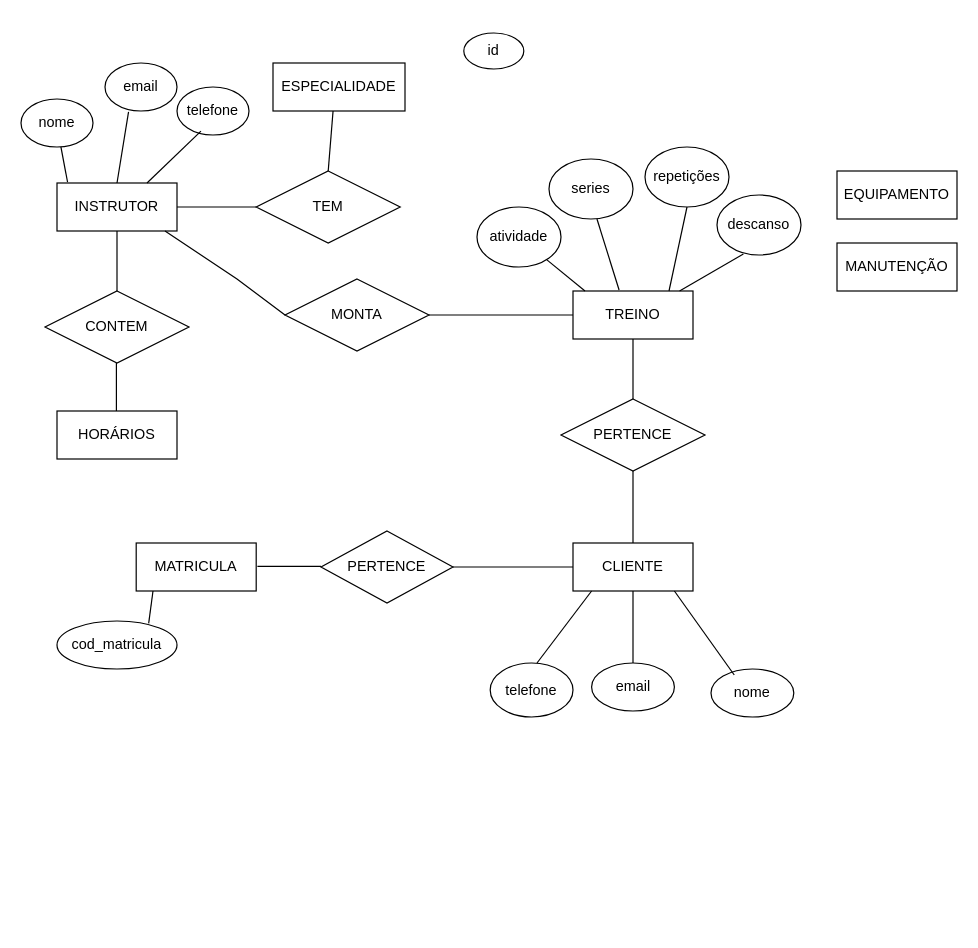
This is exercicio.drawio from manuely32/curso_turma12, a draw.io file, before an edit. Source tidied: cells renumbered, new cells numbered last; positions are measured from the earlier drawing's top-left corner, leaving out a move shared by most shapes. Both pictures are drawn from the tidied source at 120%, with x=0, y=0 at pixel (20, 32).
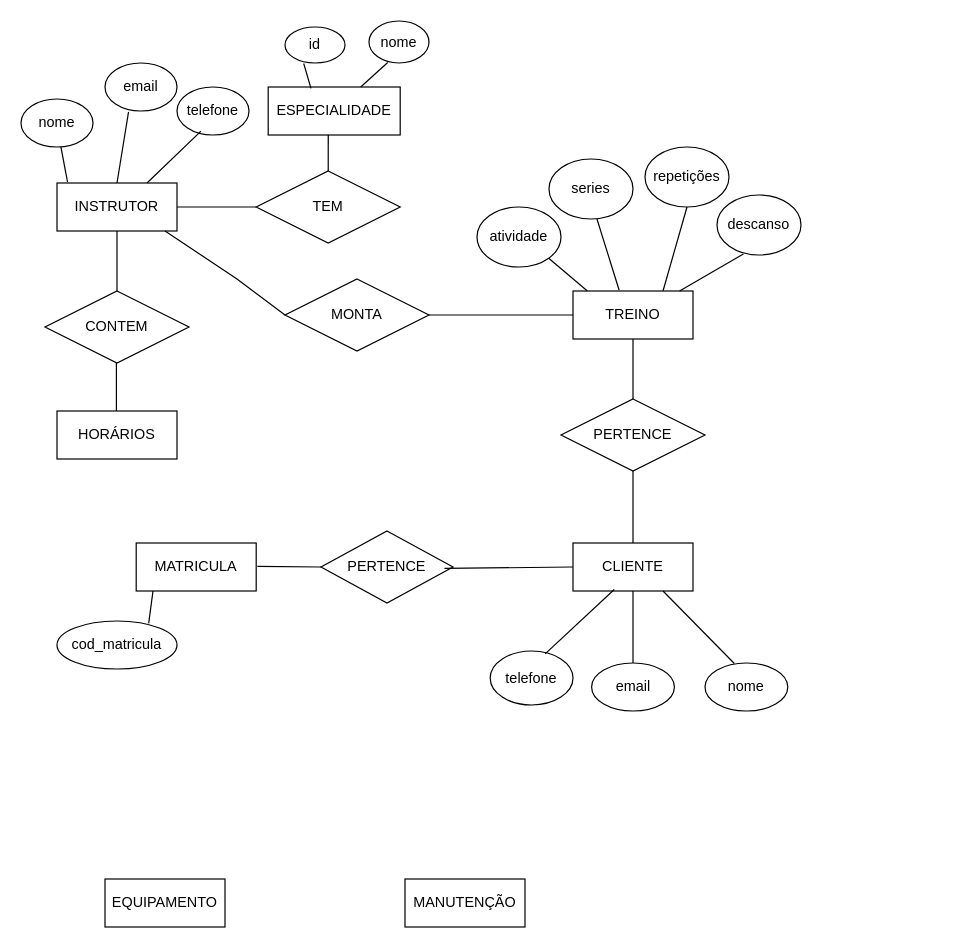
Above is the later version.

The change refers to these unchanged cells:
```xml
<mxCell id="4" value="TREINO" style="whiteSpace=wrap;html=1;align=center;" parent="1" vertex="1">
  <mxGeometry x="460" y="215" width="100" height="40" as="geometry" />
</mxCell>
<mxCell id="7" value="CLIENTE" style="whiteSpace=wrap;html=1;align=center;" parent="1" vertex="1">
  <mxGeometry x="460" y="425" width="100" height="40" as="geometry" />
</mxCell>
<mxCell id="19" value="atividade" style="ellipse;whiteSpace=wrap;html=1;align=center;" parent="1" vertex="1">
  <mxGeometry x="380" y="145" width="70" height="50" as="geometry" />
</mxCell>
<mxCell id="31" value="PERTENCE" style="shape=rhombus;perimeter=rhombusPerimeter;whiteSpace=wrap;html=1;align=center;" parent="1" vertex="1">
  <mxGeometry x="250" y="415" width="110" height="60" as="geometry" />
</mxCell>
<mxCell id="35" value="repetições" style="ellipse;whiteSpace=wrap;html=1;align=center;" parent="1" vertex="1">
  <mxGeometry x="520" y="95" width="70" height="50" as="geometry" />
</mxCell>
<mxCell id="42" value="email" style="ellipse;whiteSpace=wrap;html=1;align=center;" parent="1" vertex="1">
  <mxGeometry x="475.5" y="525" width="69" height="40" as="geometry" />
</mxCell>
```

The edit, as a diff of the source:
```diff
@@
     <mxCell id="5" value="EQUIPAMENTO" style="whiteSpace=wrap;html=1;align=center;" parent="1" vertex="1">
-      <mxGeometry x="680" y="115" width="100" height="40" as="geometry" />
+      <mxGeometry x="70" y="705" width="100" height="40" as="geometry" />
     </mxCell>
     <mxCell id="6" value="MANUTENÇÃO" style="whiteSpace=wrap;html=1;align=center;" parent="1" vertex="1">
-      <mxGeometry x="680" y="175" width="100" height="40" as="geometry" />
+      <mxGeometry x="320" y="705" width="100" height="40" as="geometry" />
     </mxCell>
@@
     <mxCell id="15" value="ESPECIALIDADE" style="whiteSpace=wrap;html=1;align=center;" parent="1" vertex="1">
-      <mxGeometry x="210" y="25" width="110" height="40" as="geometry" />
+      <mxGeometry x="206" y="45" width="110" height="40" as="geometry" />
     </mxCell>
@@
     <mxCell id="20" value="id" style="ellipse;whiteSpace=wrap;html=1;align=center;" parent="1" vertex="1">
-      <mxGeometry x="369" width="50" height="30" as="geometry" />
+      <mxGeometry x="220" y="-5" width="50" height="30" as="geometry" />
     </mxCell>
@@
-    <mxCell id="32" style="endArrow=none;html=1;rounded=0;exitX=0;exitY=0.5;exitDx=0;exitDy=0;" parent="1" edge="1" source="7" target="31">
+    <mxCell id="32" style="endArrow=none;html=1;rounded=0;exitX=0;exitY=0.5;exitDx=0;exitDy=0;entryX=0.935;entryY=0.52;entryDx=0;entryDy=0;entryPerimeter=0;" parent="1" edge="1" source="7" target="31">
       <mxGeometry relative="1" as="geometry" />
     </mxCell>
     <mxCell id="33" style="endArrow=none;html=1;rounded=0;" parent="1" edge="1">
       <mxGeometry relative="1" as="geometry">
-        <mxPoint x="250" y="444.5" as="sourcePoint" />
+        <mxPoint x="250" y="445" as="sourcePoint" />
         <mxPoint x="197" y="444.5" as="targetPoint" />
       </mxGeometry>
     </mxCell>
@@
-    <mxCell id="37" style="endArrow=none;html=1;rounded=0;entryX=0.5;entryY=0;entryDx=0;entryDy=0;exitX=0.5;exitY=1;exitDx=0;exitDy=0;" parent="1" edge="1" source="35">
-      <mxGeometry relative="1" as="geometry">
-        <mxPoint x="540" y="215" as="targetPoint" />
-      </mxGeometry>
+    <mxCell id="37" style="endArrow=none;html=1;rounded=0;exitX=0.5;exitY=1;exitDx=0;exitDy=0;entryX=0.75;entryY=0;entryDx=0;entryDy=0;" parent="1" edge="1" source="35" target="4">
+      <mxGeometry relative="1" as="geometry" />
     </mxCell>
@@
-    <mxCell id="40" style="endArrow=none;html=1;rounded=0;" parent="1" edge="1" source="19">
-      <mxGeometry relative="1" as="geometry">
-        <mxPoint x="470" y="215" as="targetPoint" />
-      </mxGeometry>
+    <mxCell id="40" style="endArrow=none;html=1;rounded=0;exitX=1;exitY=1;exitDx=0;exitDy=0;entryX=0.12;entryY=0;entryDx=0;entryDy=0;entryPerimeter=0;" parent="1" edge="1" source="19" target="4">
+      <mxGeometry relative="1" as="geometry" />
     </mxCell>
     <mxCell id="41" value="nome" style="ellipse;whiteSpace=wrap;html=1;align=center;" parent="1" vertex="1">
-      <mxGeometry x="575" y="530" width="69" height="40" as="geometry" />
+      <mxGeometry x="570" y="525" width="69" height="40" as="geometry" />
     </mxCell>
@@
     <mxCell id="43" value="telefone" style="ellipse;whiteSpace=wrap;html=1;align=center;" parent="1" vertex="1">
-      <mxGeometry x="391" y="525" width="69" height="45" as="geometry" />
+      <mxGeometry x="391" y="515" width="69" height="45" as="geometry" />
     </mxCell>
-    <mxCell id="44" style="endArrow=none;html=1;rounded=0;entryX=1;entryY=0.5;entryDx=0;entryDy=0;" parent="1" edge="1">
-      <mxGeometry relative="1" as="geometry">
-        <mxPoint x="510" y="525" as="sourcePoint" />
-        <mxPoint x="510" y="465" as="targetPoint" />
-      </mxGeometry>
-    </mxCell>
-    <mxCell id="45" style="endArrow=none;html=1;rounded=0;entryX=1;entryY=0.5;entryDx=0;entryDy=0;exitX=0.281;exitY=0.125;exitDx=0;exitDy=0;exitPerimeter=0;" parent="1" edge="1" source="41">
-      <mxGeometry relative="1" as="geometry">
-        <mxPoint x="544.5" y="465" as="targetPoint" />
-      </mxGeometry>
+    <mxCell id="45" style="endArrow=none;html=1;rounded=0;exitX=0.354;exitY=0.01;exitDx=0;exitDy=0;exitPerimeter=0;entryX=0.75;entryY=1;entryDx=0;entryDy=0;" parent="1" edge="1" source="41" target="7">
+      <mxGeometry relative="1" as="geometry" />
     </mxCell>
-    <mxCell id="46" style="endArrow=none;html=1;rounded=0;entryX=1;entryY=0.5;entryDx=0;entryDy=0;" parent="1" edge="1">
-      <mxGeometry relative="1" as="geometry">
-        <mxPoint x="430" y="525" as="sourcePoint" />
-        <mxPoint x="475.5" y="465" as="targetPoint" />
-      </mxGeometry>
+    <mxCell id="46" style="endArrow=none;html=1;rounded=0;exitX=0.664;exitY=0.053;exitDx=0;exitDy=0;exitPerimeter=0;entryX=0.344;entryY=0.97;entryDx=0;entryDy=0;entryPerimeter=0;" parent="1" edge="1" source="43" target="7">
+      <mxGeometry relative="1" as="geometry" />
     </mxCell>
@@
+    <mxCell id="48" style="endArrow=none;html=1;rounded=0;exitX=0.312;exitY=1.013;exitDx=0;exitDy=0;entryX=0.324;entryY=0.03;entryDx=0;entryDy=0;entryPerimeter=0;exitPerimeter=0;" parent="1" edge="1" source="20" target="15">
+      <mxGeometry relative="1" as="geometry" />
+    </mxCell>
+    <mxCell id="49" value="nome" style="ellipse;whiteSpace=wrap;html=1;align=center;" parent="1" vertex="1">
+      <mxGeometry x="290" y="-10" width="50" height="35" as="geometry" />
+    </mxCell>
+    <mxCell id="50" style="endArrow=none;html=1;rounded=0;exitX=0.312;exitY=0.989;exitDx=0;exitDy=0;exitPerimeter=0;" parent="1" edge="1" source="49" target="15">
+      <mxGeometry relative="1" as="geometry" />
+    </mxCell>
+    <mxCell id="51" style="endArrow=none;html=1;rounded=0;exitX=0.5;exitY=0;exitDx=0;exitDy=0;entryX=0.5;entryY=1;entryDx=0;entryDy=0;" parent="1" edge="1" source="42" target="7">
+      <mxGeometry relative="1" as="geometry" />
+    </mxCell>
```
